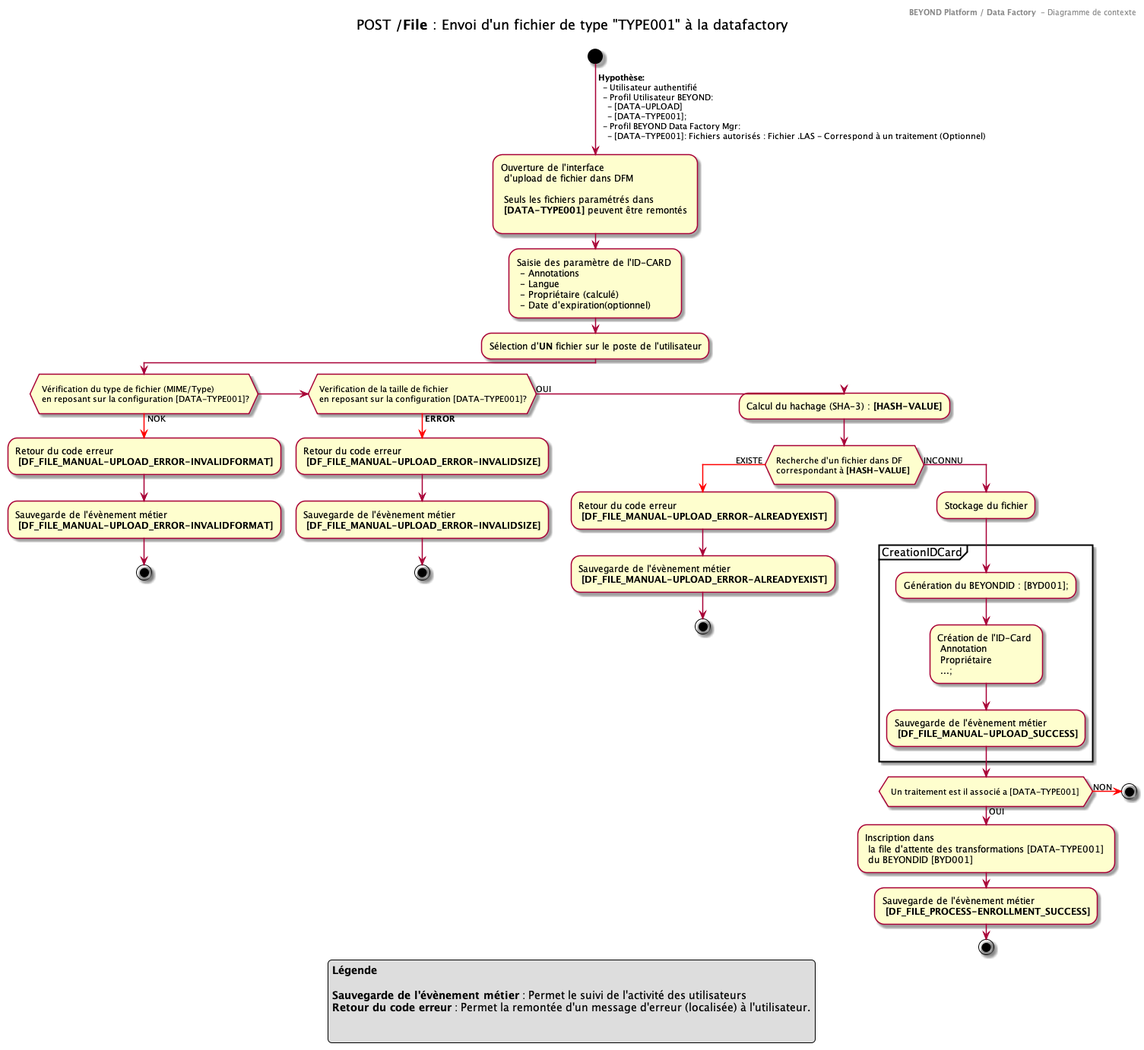
This is 01.byd-DataFactory/1.ArchitectureDossier/images/0250.UCase-UPLOAD-File.png from cogirep/documentation, a PlantUML export, as it was before one commit.
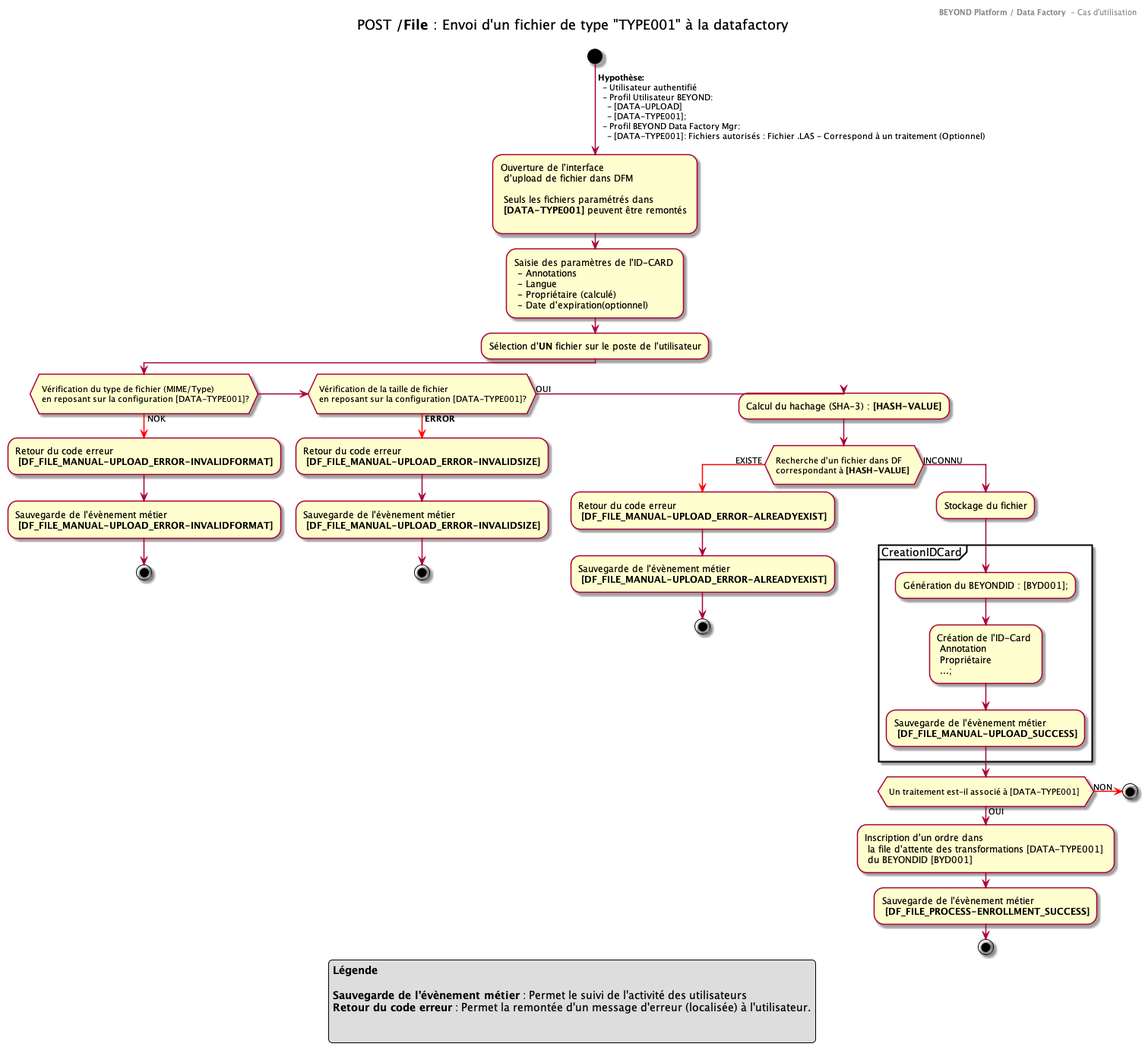
The same diagram one commit later.

Change to the diagram source:
```diff
@@ -1,6 +1,6 @@
 @startuml
 header
-    <b>BEYOND Platform / Data Factory </b> - Diagramme de contexte
+    <b>BEYOND Platform / Data Factory </b> - Cas d'utilisation
 end header
 
 title
@@ -11,7 +11,7 @@
 start
 ->  **Hypothèse:** \n  - Utilisateur authentifié \n  - Profil Utilisateur BEYOND:  \n    - [DATA-UPLOAD]\n    - [DATA-TYPE001];\n  - Profil BEYOND Data Factory Mgr:  \n    - [DATA-TYPE001]: Fichiers autorisés : Fichier .LAS - Correspond à un traitement (Optionnel);
 -Ouverture de l'interface \n d'upload de fichier dans DFM \n\n Seuls les fichiers paramétrés dans \n **[DATA-TYPE001]** peuvent être remontés \n
--Saisie des paramètre de l'ID-CARD \n - Annotations \n - Langue \n - Propriétaire (calculé) \n - Date d'expiration(optionnel)
+-Saisie des paramètres de l'ID-CARD \n - Annotations \n - Langue \n - Propriétaire (calculé) \n - Date d'expiration(optionnel)
 -Sélection d'**UN** fichier sur le poste de l'utilisateur
 
 if ( \n Vérification du type de fichier (MIME/Type) \n en reposant sur la configuration [DATA-TYPE001]?\n) then
@@ -19,7 +19,7 @@
 -Retour du code erreur  \n **[DF_FILE_MANUAL-UPLOAD_ERROR-INVALIDFORMAT]**
 -Sauvegarde de l'évènement métier \n **[DF_FILE_MANUAL-UPLOAD_ERROR-INVALIDFORMAT]**
 stop
-elseif (\n Verification de la taille de fichier\n en reposant sur la configuration [DATA-TYPE001]?\n) then
+elseif (\n Vérification de la taille de fichier\n en reposant sur la configuration [DATA-TYPE001]?\n) then
 -[#red]-> **ERROR**;
 -Retour du code erreur  \n **[DF_FILE_MANUAL-UPLOAD_ERROR-INVALIDSIZE]**
 -Sauvegarde de l'évènement métier \n **[DF_FILE_MANUAL-UPLOAD_ERROR-INVALIDSIZE]**
@@ -40,11 +40,11 @@
 
 }
 
-if ( \n Un traitement est il associé a [DATA-TYPE001]  \n) then
+if ( \n Un traitement est-il associé à [DATA-TYPE001]  \n) then
 -[#red]-> NON ;
 Stop
 else (OUI)
--Inscription dans \n la file d'attente des transformations [DATA-TYPE001] \n du BEYONDID [BYD001]
+-Inscription d'un ordre dans \n la file d'attente des transformations [DATA-TYPE001] \n du BEYONDID [BYD001]
 -Sauvegarde de l'évènement métier \n **[DF_FILE_PROCESS-ENROLLMENT_SUCCESS]**
 endif
 
```
